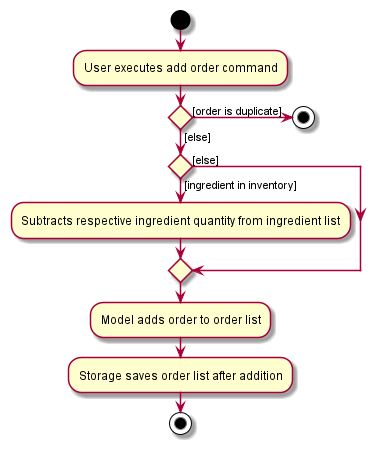
Above: docs/images/AddOrderActivityDiagram.png in zognin/tp (PlantUML), before the change.
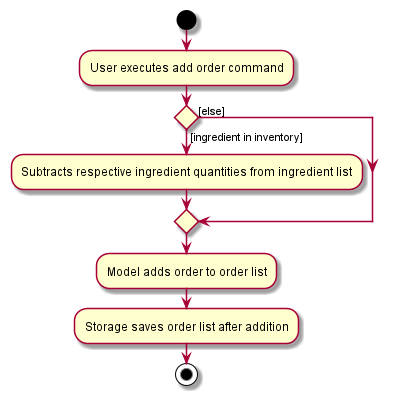
After the change.

Change to the diagram source:
```diff
@@ -2,13 +2,9 @@
 start
 :User executes add order command;
 
-if () then ([order is duplicate])
-    stop
+if () then ([ingredient in inventory])
+    :Subtracts respective ingredient quantities from ingredient list;
 else ([else])
-    if () then ([ingredient in inventory])
-        :Subtracts respective ingredient quantity from ingredient list;
-    else ([else])
-    endif
 endif
 
 :Model adds order to order list;
```
